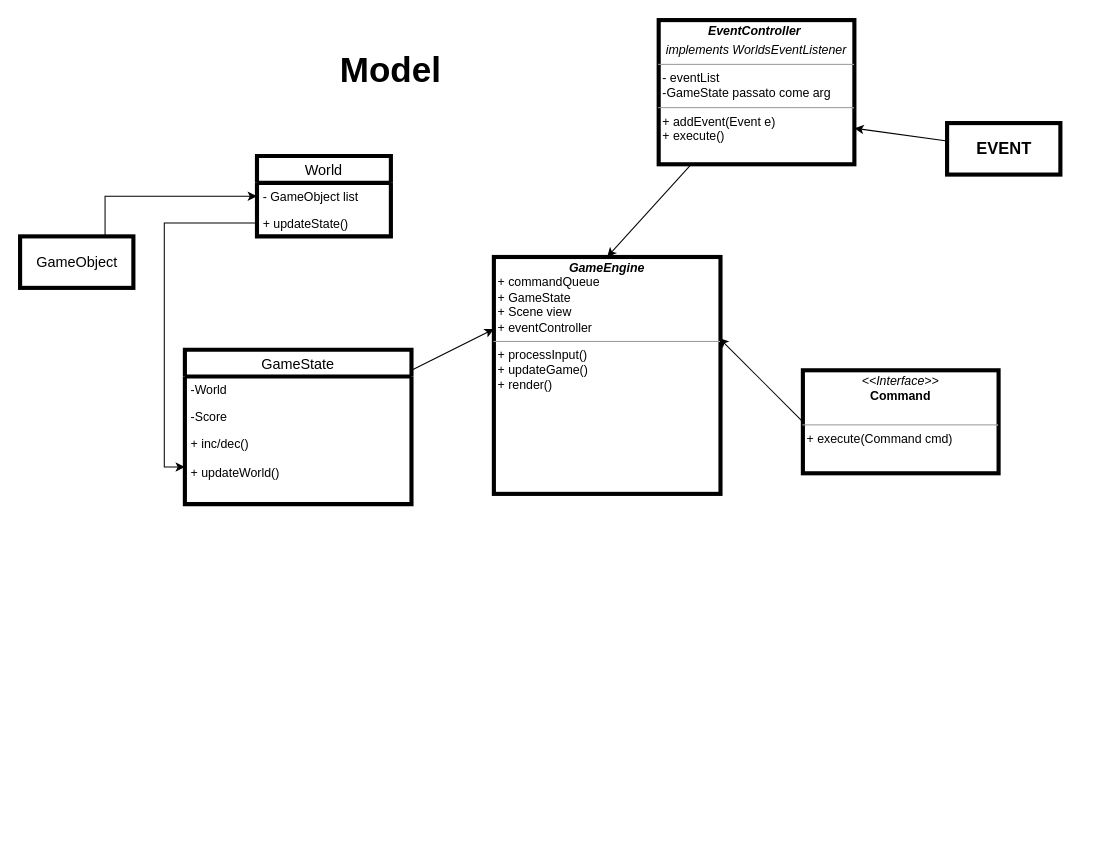
Before: report/Uml.drawio in Fraloha/OOP20-bomber1, a draw.io diagram. Source tidied: cells renumbered, new cells numbered last; positions are measured from the earlier drawing's top-left corner, leaving out a move shared by most shapes. Both pictures are drawn from the tidied source at 103%, with x=0, y=0 at pixel (20, 20).
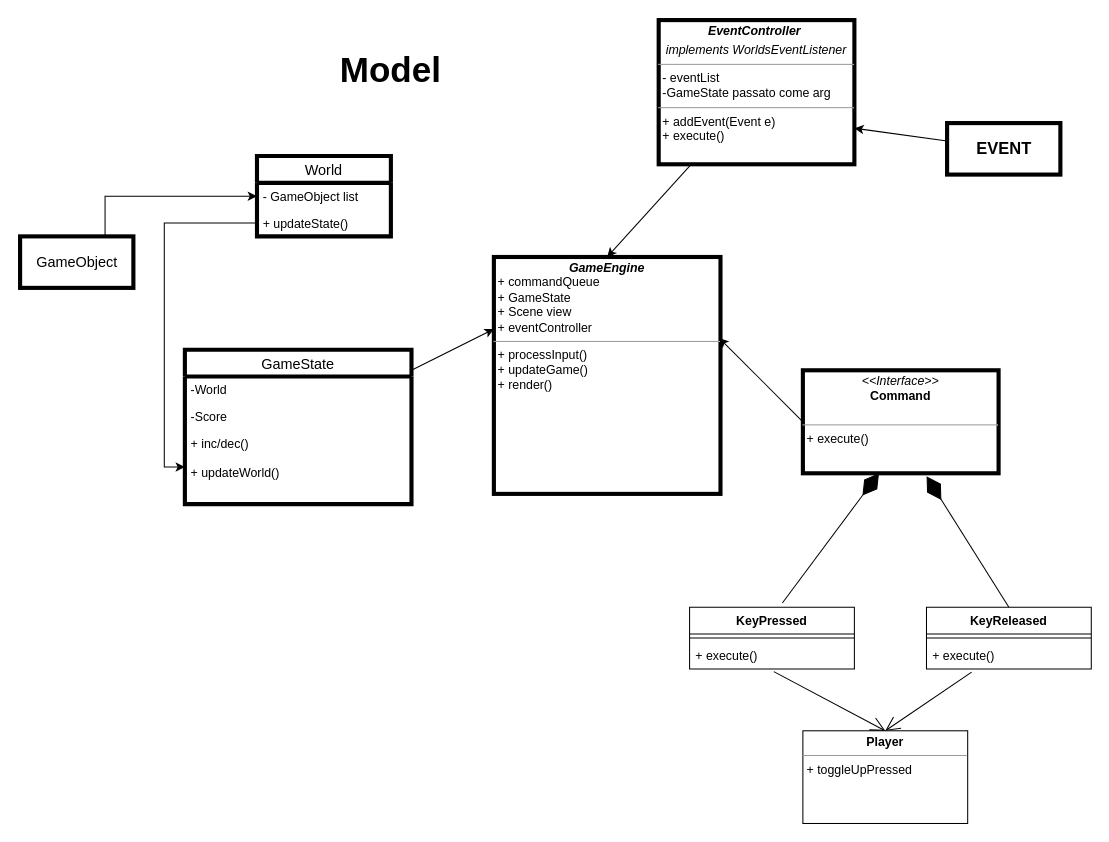
The same diagram, later.

Diff of the diagram source:
```diff
@@
-    <mxCell id="14" value="&lt;p style=&quot;margin: 0px ; margin-top: 4px ; text-align: center&quot;&gt;&lt;i&gt;&amp;lt;&amp;lt;Interface&amp;gt;&amp;gt;&lt;/i&gt;&lt;br&gt;&lt;b&gt;Command&lt;/b&gt;&lt;/p&gt;&lt;p style=&quot;margin: 0px ; margin-left: 4px&quot;&gt;&lt;br&gt;&lt;/p&gt;&lt;hr size=&quot;1&quot;&gt;&lt;p style=&quot;margin: 0px ; margin-left: 4px&quot;&gt;+ execute(Command cmd)&lt;/p&gt;" style="verticalAlign=top;align=left;overflow=fill;fontSize=12;fontFamily=Helvetica;html=1;strokeWidth=4;" parent="1" vertex="1">
+    <mxCell id="14" value="&lt;p style=&quot;margin: 0px ; margin-top: 4px ; text-align: center&quot;&gt;&lt;i&gt;&amp;lt;&amp;lt;Interface&amp;gt;&amp;gt;&lt;/i&gt;&lt;br&gt;&lt;b&gt;Command&lt;/b&gt;&lt;/p&gt;&lt;p style=&quot;margin: 0px ; margin-left: 4px&quot;&gt;&lt;br&gt;&lt;/p&gt;&lt;hr size=&quot;1&quot;&gt;&lt;p style=&quot;margin: 0px ; margin-left: 4px&quot;&gt;+ execute()&lt;/p&gt;" style="verticalAlign=top;align=left;overflow=fill;fontSize=12;fontFamily=Helvetica;html=1;strokeWidth=4;" parent="1" vertex="1">
       <mxGeometry x="760" y="340" width="190" height="100" as="geometry" />
     </mxCell>
@@
+    <mxCell id="22" value="KeyPressed" style="swimlane;fontStyle=1;align=center;verticalAlign=top;horizontal=1;startSize=26;" parent="1" vertex="1">
+      <mxGeometry x="650" y="570" width="160" height="60" as="geometry" />
+    </mxCell>
+    <mxCell id="23" style="line;strokeWidth=1;fillColor=none;align=left;verticalAlign=middle;spacingTop=-1;spacingLeft=3;spacingRight=3;labelPosition=right;" parent="22" vertex="1">
+      <mxGeometry y="26" width="160" height="8" as="geometry" />
+    </mxCell>
+    <mxCell id="24" value="+ execute()" style="text;strokeColor=none;fillColor=none;align=left;verticalAlign=top;spacingLeft=4;spacingRight=4;overflow=hidden;points=[[0,0.5],[1,0.5]];portConstraint=eastwest;" parent="22" vertex="1">
+      <mxGeometry y="34" width="160" height="26" as="geometry" />
+    </mxCell>
+    <mxCell id="25" value="KeyReleased" style="swimlane;fontStyle=1;align=center;verticalAlign=top;horizontal=1;startSize=26;" parent="1" vertex="1">
+      <mxGeometry x="880" y="570" width="160" height="60" as="geometry" />
+    </mxCell>
+    <mxCell id="26" style="line;strokeWidth=1;fillColor=none;align=left;verticalAlign=middle;spacingTop=-1;spacingLeft=3;spacingRight=3;labelPosition=right;" parent="25" vertex="1">
+      <mxGeometry y="26" width="160" height="8" as="geometry" />
+    </mxCell>
+    <mxCell id="27" value="+ execute()" style="text;strokeColor=none;fillColor=none;align=left;verticalAlign=top;spacingLeft=4;spacingRight=4;overflow=hidden;points=[[0,0.5],[1,0.5]];portConstraint=eastwest;" parent="25" vertex="1">
+      <mxGeometry y="34" width="160" height="26" as="geometry" />
+    </mxCell>
+    <mxCell id="28" style="endArrow=diamondThin;endFill=1;endSize=24;html=1;entryX=0.389;entryY=1;entryDx=0;entryDy=0;entryPerimeter=0;exitX=0.563;exitY=-0.067;exitDx=0;exitDy=0;exitPerimeter=0;" parent="1" edge="1" source="22" target="14">
+      <mxGeometry relative="1" as="geometry" />
+    </mxCell>
+    <mxCell id="29" style="endArrow=diamondThin;endFill=1;endSize=24;html=1;entryX=0.632;entryY=1.03;entryDx=0;entryDy=0;entryPerimeter=0;exitX=0.5;exitY=0;exitDx=0;exitDy=0;" parent="1" edge="1" source="25" target="14">
+      <mxGeometry relative="1" as="geometry" />
+    </mxCell>
+    <mxCell id="30" value="&lt;p style=&quot;margin: 0px ; margin-top: 4px ; text-align: center&quot;&gt;&lt;b&gt;Player&lt;/b&gt;&lt;/p&gt;&lt;hr size=&quot;1&quot;&gt;&lt;p style=&quot;margin: 0px ; margin-left: 4px&quot;&gt;+ toggleUpPressed&lt;/p&gt;&lt;p style=&quot;margin: 0px ; margin-left: 4px&quot;&gt;&lt;br&gt;&lt;/p&gt;" style="verticalAlign=top;align=left;overflow=fill;fontSize=12;fontFamily=Helvetica;html=1;" parent="1" vertex="1">
+      <mxGeometry x="760" y="690" width="160" height="90" as="geometry" />
+    </mxCell>
+    <mxCell id="31" style="endArrow=open;endFill=1;endSize=12;html=1;entryX=0.5;entryY=0;entryDx=0;entryDy=0;exitX=0.511;exitY=1.099;exitDx=0;exitDy=0;exitPerimeter=0;" parent="1" edge="1" source="24" target="30">
+      <mxGeometry relative="1" as="geometry" />
+    </mxCell>
+    <mxCell id="32" style="endArrow=open;endFill=1;endSize=12;html=1;exitX=0.274;exitY=1.115;exitDx=0;exitDy=0;exitPerimeter=0;entryX=0.5;entryY=0;entryDx=0;entryDy=0;" parent="1" edge="1" source="27" target="30">
+      <mxGeometry relative="1" as="geometry" />
+    </mxCell>
```
